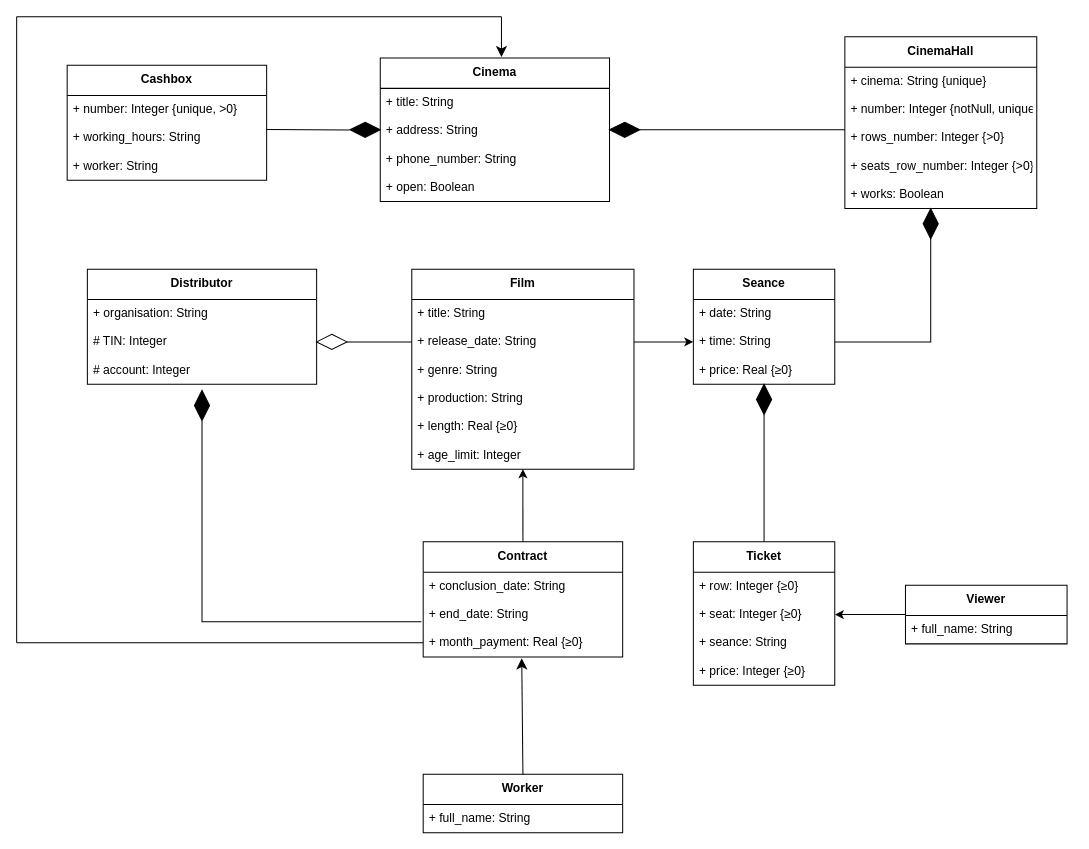
The draw.io diagram Диаграмма классов.drawio in ANDaniell/-design-practice, before the edit. Source tidied: cells renumbered, new cells numbered last; positions are measured from the earlier drawing's top-left corner, leaving out a move shared by most shapes. Both pictures are drawn from the tidied source at 101%, with x=0, y=0 at pixel (16, 16).
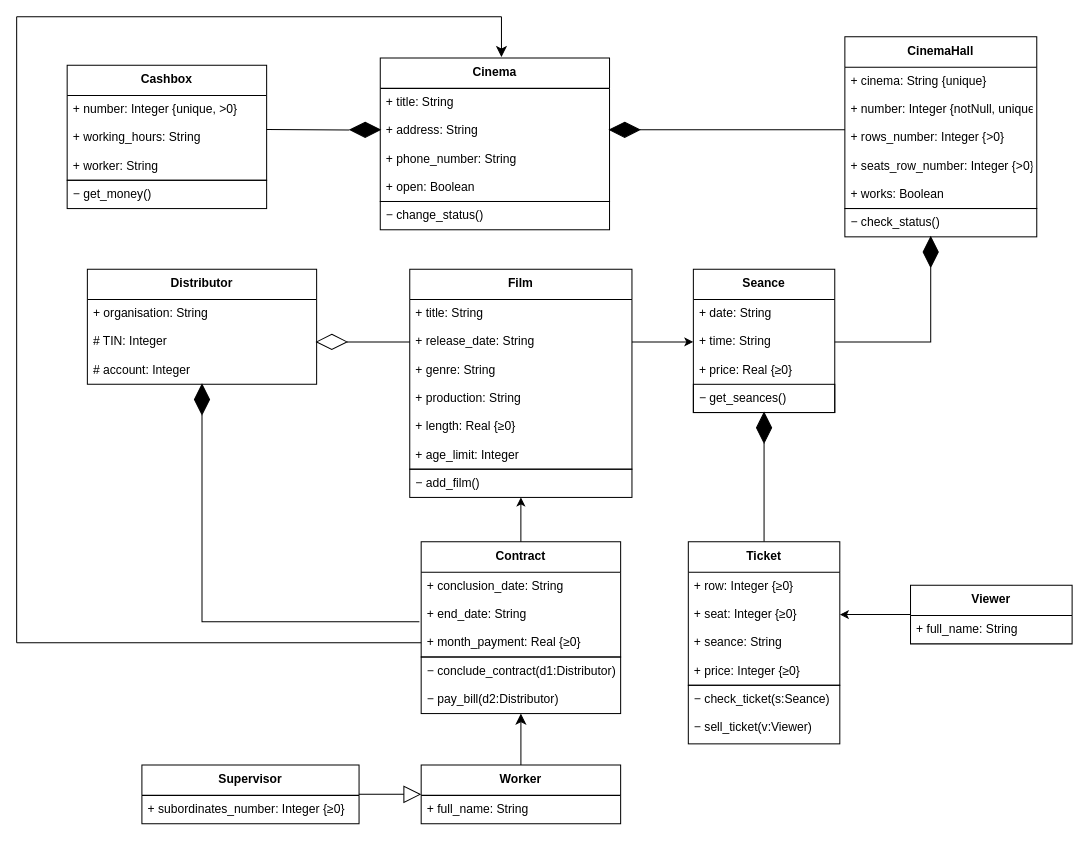
The same diagram, later.

The change refers to these unchanged cells:
```xml
<mxCell id="23" value="+ time: String" style="text;strokeColor=none;fillColor=none;align=left;verticalAlign=top;spacingLeft=4;spacingRight=4;overflow=hidden;points=[[0,0.5],[1,0.5]];portConstraint=eastwest;" parent="21" vertex="1">
  <mxGeometry y="58" width="140" height="28" as="geometry" />
</mxCell>
<mxCell id="39" value="+ month_payment: Real {≥0}" style="text;strokeColor=none;fillColor=none;align=left;verticalAlign=top;spacingLeft=4;spacingRight=4;overflow=hidden;points=[[0,0.5],[1,0.5]];portConstraint=eastwest;" parent="36" vertex="1">
  <mxGeometry y="86" width="197.5" height="28" as="geometry" />
</mxCell>
```

What changed in the source:
```diff
@@
+    <mxCell id="65" style="rounded=0;whiteSpace=wrap;html=1;fillColor=none;" parent="1" vertex="1">
+      <mxGeometry x="400.5" y="634" width="197.5" height="56" as="geometry" />
+    </mxCell>
+    <mxCell id="66" style="rounded=0;whiteSpace=wrap;html=1;fillColor=none;" parent="1" vertex="1">
+      <mxGeometry x="820" y="190" width="190" height="28" as="geometry" />
+    </mxCell>
@@
     <mxCell id="13" value="Film" style="swimlane;fontStyle=1;align=center;verticalAlign=top;horizontal=1;startSize=30;" parent="1" vertex="1">
-      <mxGeometry x="391.2" y="250" width="220" height="198" as="geometry" />
+      <mxGeometry x="389.2" y="250" width="220" height="198" as="geometry" />
     </mxCell>
@@
-    <mxCell id="20" style="edgeStyle=orthogonalEdgeStyle;rounded=0;jettySize=auto;html=1;exitX=1;exitY=0.5;exitDx=0;exitDy=0;endArrow=none;endFill=0;" parent="1" edge="1" source="49" target="25">
+    <mxCell id="20" style="edgeStyle=orthogonalEdgeStyle;rounded=0;jettySize=auto;html=1;endArrow=none;endFill=0;exitX=1;exitY=0.5;exitDx=0;exitDy=0;" parent="1" edge="1" source="49" target="25">
       <mxGeometry relative="1" as="geometry" />
     </mxCell>
     <mxCell id="21" value="Seance" style="swimlane;fontStyle=1;align=center;verticalAlign=top;horizontal=1;startSize=30;" parent="1" vertex="1">
-      <mxGeometry x="670" y="250" width="140" height="114" as="geometry" />
+      <mxGeometry x="670" y="250" width="140" height="142" as="geometry" />
     </mxCell>
@@
+    <mxCell id="67" style="rounded=0;whiteSpace=wrap;html=1;fillColor=none;" parent="21" vertex="1">
+      <mxGeometry y="114" width="140" height="28" as="geometry" />
+    </mxCell>
     <mxCell id="25" value="Ticket" style="swimlane;fontStyle=1;align=center;verticalAlign=top;horizontal=1;startSize=30;" parent="1" vertex="1">
-      <mxGeometry x="670" y="520" width="140" height="142" as="geometry" />
+      <mxGeometry x="665" y="520" width="150" height="142" as="geometry" />
     </mxCell>
     <mxCell id="26" value="+ row: Integer {≥0}" style="text;strokeColor=none;fillColor=none;align=left;verticalAlign=top;spacingLeft=4;spacingRight=4;overflow=hidden;" parent="25" vertex="1">
-      <mxGeometry y="30" width="140" height="28" as="geometry" />
+      <mxGeometry y="30" width="150" height="28" as="geometry" />
     </mxCell>
     <mxCell id="27" value="+ seat: Integer {≥0}" style="text;strokeColor=none;fillColor=none;align=left;verticalAlign=top;spacingLeft=4;spacingRight=4;overflow=hidden;points=[[0,0.5],[1,0.5]];portConstraint=eastwest;" parent="25" vertex="1">
-      <mxGeometry y="58" width="140" height="28" as="geometry" />
+      <mxGeometry y="58" width="150" height="28" as="geometry" />
     </mxCell>
     <mxCell id="28" value="+ seance: String" style="text;strokeColor=none;fillColor=none;align=left;verticalAlign=top;spacingLeft=4;spacingRight=4;overflow=hidden;" parent="25" vertex="1">
-      <mxGeometry y="86" width="140" height="28" as="geometry" />
+      <mxGeometry y="86" width="150" height="28" as="geometry" />
     </mxCell>
     <mxCell id="29" value="+ price: Integer {≥0}" style="text;strokeColor=none;fillColor=none;align=left;verticalAlign=top;spacingLeft=4;spacingRight=4;overflow=hidden;" parent="25" vertex="1">
-      <mxGeometry y="114" width="140" height="28" as="geometry" />
+      <mxGeometry y="114" width="150" height="28" as="geometry" />
     </mxCell>
     <mxCell id="30" value="Viewer" style="swimlane;fontStyle=1;align=center;verticalAlign=top;horizontal=1;startSize=30;" parent="1" vertex="1">
-      <mxGeometry x="880" y="563" width="160" height="58" as="geometry" />
+      <mxGeometry x="885" y="563" width="160" height="58" as="geometry" />
     </mxCell>
@@
-    <mxCell id="32" style="edgeStyle=orthogonalEdgeStyle;rounded=0;jettySize=auto;html=1;exitX=1;exitY=0.5;exitDx=0;exitDy=0;entryX=1;entryY=0.5;entryDx=0;entryDy=0;endArrow=none;endFill=0;" parent="1" edge="1" source="23" target="45">
+    <mxCell id="32" style="edgeStyle=orthogonalEdgeStyle;rounded=0;jettySize=auto;html=1;exitX=1;exitY=0.5;exitDx=0;exitDy=0;endArrow=none;endFill=0;entryX=1;entryY=0.5;entryDx=0;entryDy=0;" parent="1" edge="1" source="23" target="45">
       <mxGeometry relative="1" as="geometry" />
     </mxCell>
@@
     <mxCell id="34" value="Worker" style="swimlane;fontStyle=1;align=center;verticalAlign=top;horizontal=1;startSize=30;" parent="1" vertex="1">
-      <mxGeometry x="402.5" y="750" width="197.5" height="58" as="geometry" />
+      <mxGeometry x="400.5" y="741" width="197.5" height="58" as="geometry" />
     </mxCell>
@@
     <mxCell id="36" value="Contract" style="swimlane;fontStyle=1;align=center;verticalAlign=top;horizontal=1;startSize=30;" parent="1" vertex="1">
-      <mxGeometry x="402.5" y="520" width="197.5" height="114" as="geometry" />
+      <mxGeometry x="400.5" y="520" width="197.5" height="114" as="geometry" />
     </mxCell>
@@
     <mxCell id="45" style="rhombus;whiteSpace=wrap;html=1;gradientColor=none;fillStyle=auto;fillColor=#000000;direction=south;" parent="1" vertex="1">
-      <mxGeometry x="897.5" y="190" width="15" height="30" as="geometry" />
+      <mxGeometry x="897.5" y="218" width="15" height="30" as="geometry" />
     </mxCell>
-    <mxCell id="46" style="endArrow=classic;html=1;rounded=0;entryX=0.5;entryY=1;entryDx=0;entryDy=0;exitX=0.5;exitY=0;exitDx=0;exitDy=0;" parent="1" edge="1" source="36" target="13">
+    <mxCell id="46" style="endArrow=classic;html=1;rounded=0;exitX=0.5;exitY=0;exitDx=0;exitDy=0;" parent="1" edge="1" source="36" target="76">
       <mxGeometry relative="1" as="geometry" />
     </mxCell>
@@
     <mxCell id="49" style="rhombus;whiteSpace=wrap;html=1;gradientColor=none;fillStyle=auto;fillColor=#000000;direction=south;" parent="1" vertex="1">
-      <mxGeometry x="732.5" y="364" width="15" height="30" as="geometry" />
+      <mxGeometry x="732.5" y="392" width="15" height="30" as="geometry" />
     </mxCell>
@@
     <mxCell id="51" style="rhombus;whiteSpace=wrap;html=1;gradientColor=none;fillStyle=auto;fillColor=#000000;direction=south;" parent="1" vertex="1">
-      <mxGeometry x="176" y="370" width="15" height="30" as="geometry" />
+      <mxGeometry x="176" y="364" width="15" height="30" as="geometry" />
     </mxCell>
@@
-    <mxCell id="54" style="edgeStyle=none;curved=1;rounded=0;jettySize=auto;html=1;exitX=0.5;exitY=0;exitDx=0;exitDy=0;entryX=0.494;entryY=1.048;entryDx=0;entryDy=0;entryPerimeter=0;fontSize=12;startSize=8;endSize=8;" parent="1" edge="1" source="34" target="39">
+    <mxCell id="54" style="edgeStyle=none;curved=1;rounded=0;jettySize=auto;html=1;exitX=0.5;exitY=0;exitDx=0;exitDy=0;fontSize=12;startSize=8;endSize=8;entryX=0.5;entryY=1;entryDx=0;entryDy=0;" parent="1" edge="1" source="34" target="65">
       <mxGeometry relative="1" as="geometry" />
     </mxCell>
@@
-    <mxCell id="61" style="endArrow=none;html=1;rounded=0;fontSize=12;startSize=8;endSize=8;curved=1;entryX=0;entryY=0.5;entryDx=0;entryDy=0;" parent="1" edge="1" target="39">
-      <mxGeometry relative="1" as="geometry">
-        <mxPoint y="620" as="sourcePoint" />
-      </mxGeometry>
-    </mxCell>
-    <mxCell id="62" style="endArrow=none;html=1;rounded=0;fontSize=12;startSize=8;endSize=8;curved=1;" parent="1" edge="1">
-      <mxGeometry relative="1" as="geometry">
-        <mxPoint y="620" as="sourcePoint" />
-        <mxPoint as="targetPoint" />
-      </mxGeometry>
-    </mxCell>
@@
+    <mxCell id="68" style="rounded=0;whiteSpace=wrap;html=1;fillColor=none;" parent="1" vertex="1">
+      <mxGeometry x="50" y="162" width="197.5" height="28" as="geometry" />
+    </mxCell>
+    <mxCell id="69" value="− get_money()" style="text;strokeColor=none;fillColor=none;align=left;verticalAlign=top;spacingLeft=4;spacingRight=4;overflow=hidden;" parent="1" vertex="1">
+      <mxGeometry x="50" y="162" width="197.5" height="28" as="geometry" />
+    </mxCell>
+    <mxCell id="70" style="rounded=0;whiteSpace=wrap;html=1;fillColor=none;" parent="1" vertex="1">
+      <mxGeometry x="360" y="183" width="227" height="28" as="geometry" />
+    </mxCell>
+    <mxCell id="71" value="− change_status()" style="text;strokeColor=none;fillColor=none;align=left;verticalAlign=top;spacingLeft=4;spacingRight=4;overflow=hidden;" parent="1" vertex="1">
+      <mxGeometry x="360" y="183" width="227" height="28" as="geometry" />
+    </mxCell>
+    <mxCell id="72" value="− pay_bill(d2:Distributor)" style="text;strokeColor=none;fillColor=none;align=left;verticalAlign=top;spacingLeft=4;spacingRight=4;overflow=hidden;" parent="1" vertex="1">
+      <mxGeometry x="400.5" y="662" width="199.5" height="28" as="geometry" />
+    </mxCell>
+    <mxCell id="73" style="rounded=0;whiteSpace=wrap;html=1;fillColor=none;" parent="1" vertex="1">
+      <mxGeometry x="665" y="662" width="150" height="58" as="geometry" />
+    </mxCell>
+    <mxCell id="74" value="− check_ticket(s:Seance)" style="text;strokeColor=none;fillColor=none;align=left;verticalAlign=top;spacingLeft=4;spacingRight=4;overflow=hidden;" parent="1" vertex="1">
+      <mxGeometry x="665" y="662" width="150" height="28" as="geometry" />
+    </mxCell>
+    <mxCell id="75" style="rounded=0;whiteSpace=wrap;html=1;fillColor=none;" parent="1" vertex="1">
+      <mxGeometry x="389.2" y="448" width="220" height="28" as="geometry" />
+    </mxCell>
+    <mxCell id="76" value="− add_film()" style="text;strokeColor=none;fillColor=none;align=left;verticalAlign=top;spacingLeft=4;spacingRight=4;overflow=hidden;points=[[0,0.5],[1,0.5]];portConstraint=eastwest;" parent="1" vertex="1">
+      <mxGeometry x="389.2" y="448" width="220" height="28" as="geometry" />
+    </mxCell>
+    <mxCell id="77" value="− check_status()" style="text;strokeColor=none;fillColor=none;align=left;verticalAlign=top;spacingLeft=4;spacingRight=4;overflow=hidden;" parent="1" vertex="1">
+      <mxGeometry x="820" y="190" width="190" height="28" as="geometry" />
+    </mxCell>
+    <mxCell id="78" value="− get_seances()" style="text;strokeColor=none;fillColor=none;align=left;verticalAlign=top;spacingLeft=4;spacingRight=4;overflow=hidden;" parent="1" vertex="1">
+      <mxGeometry x="670" y="364" width="140" height="28" as="geometry" />
+    </mxCell>
+    <mxCell id="79" value="− sell_ticket(v:Viewer)" style="text;strokeColor=none;fillColor=none;align=left;verticalAlign=top;spacingLeft=4;spacingRight=4;overflow=hidden;" parent="1" vertex="1">
+      <mxGeometry x="665" y="690" width="150" height="28" as="geometry" />
+    </mxCell>
+    <mxCell id="80" value="Supervisor" style="swimlane;fontStyle=1;align=center;verticalAlign=top;horizontal=1;startSize=30;" parent="1" vertex="1">
+      <mxGeometry x="124" y="741" width="215" height="58" as="geometry" />
+    </mxCell>
+    <mxCell id="81" value="+ subordinates_number: Integer  {≥0}" style="text;strokeColor=none;fillColor=none;align=left;verticalAlign=top;spacingLeft=4;spacingRight=4;overflow=hidden;" parent="80" vertex="1">
+      <mxGeometry y="30" width="215" height="28" as="geometry" />
+    </mxCell>
+    <mxCell id="82" style="endArrow=block;endFill=0;html=1;rounded=0;endSize=15;exitX=1;exitY=0.5;exitDx=0;exitDy=0;" parent="1" edge="1" source="80" target="34">
+      <mxGeometry relative="1" as="geometry" />
+    </mxCell>
+    <mxCell id="83" style="endArrow=none;html=1;rounded=0;fontSize=12;startSize=8;endSize=8;curved=1;entryX=0;entryY=0.5;entryDx=0;entryDy=0;" parent="1" edge="1" target="39">
+      <mxGeometry relative="1" as="geometry">
+        <mxPoint y="620" as="sourcePoint" />
+      </mxGeometry>
+    </mxCell>
+    <mxCell id="84" style="endArrow=none;html=1;rounded=0;" parent="1" edge="1">
+      <mxGeometry relative="1" as="geometry">
+        <mxPoint y="620" as="sourcePoint" />
+        <mxPoint as="targetPoint" />
+      </mxGeometry>
+    </mxCell>
+    <mxCell id="85" value="− conclude_contract(d1:Distributor)" style="text;strokeColor=none;fillColor=none;align=left;verticalAlign=top;spacingLeft=4;spacingRight=4;overflow=hidden;" parent="1" vertex="1">
+      <mxGeometry x="400.5" y="634" width="197.5" height="28" as="geometry" />
+    </mxCell>
```
